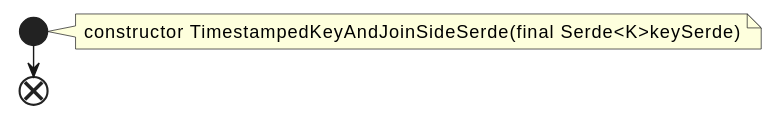
The PlantUML diagram docs/qc/streams/src/main/java/org/apache/kafka/streams/state/internals/TimestampedKeyAndJoinSideSerde.java.fct.svg in qualitesys/kafka, before a commit.
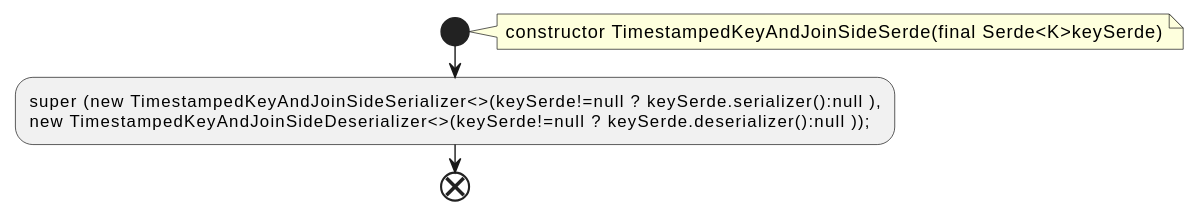
Above is the later version.

Change to the diagram source:
```diff
@@ -4,5 +4,7 @@
 note right
 constructor TimestampedKeyAndJoinSideSerde(final Serde<K>keySerde)
 end note
+:super (new TimestampedKeyAndJoinSideSerializer<>(keySerde!=null ? keySerde.serializer():null ),
+new TimestampedKeyAndJoinSideDeserializer<>(keySerde!=null ? keySerde.deserializer():null ));;
 end
 @enduml
```
